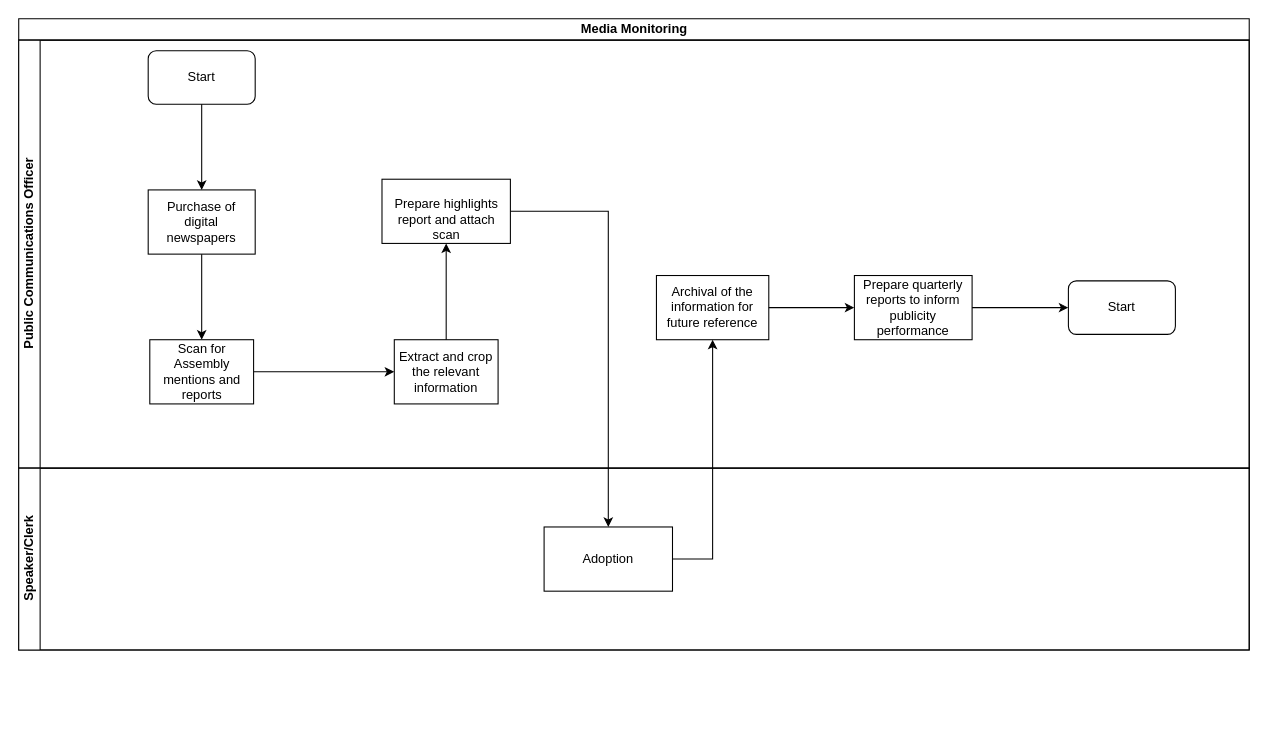
The draw.io diagram Media Monitoring - Machakos CA.drawio in kmagua/flowcharts, before the edit. Source tidied: cells renumbered, new cells numbered last; positions are measured from the earlier drawing's top-left corner, leaving out a move shared by most shapes. Both pictures are drawn from the tidied source at 107%, with x=0, y=0 at pixel (18, 18).
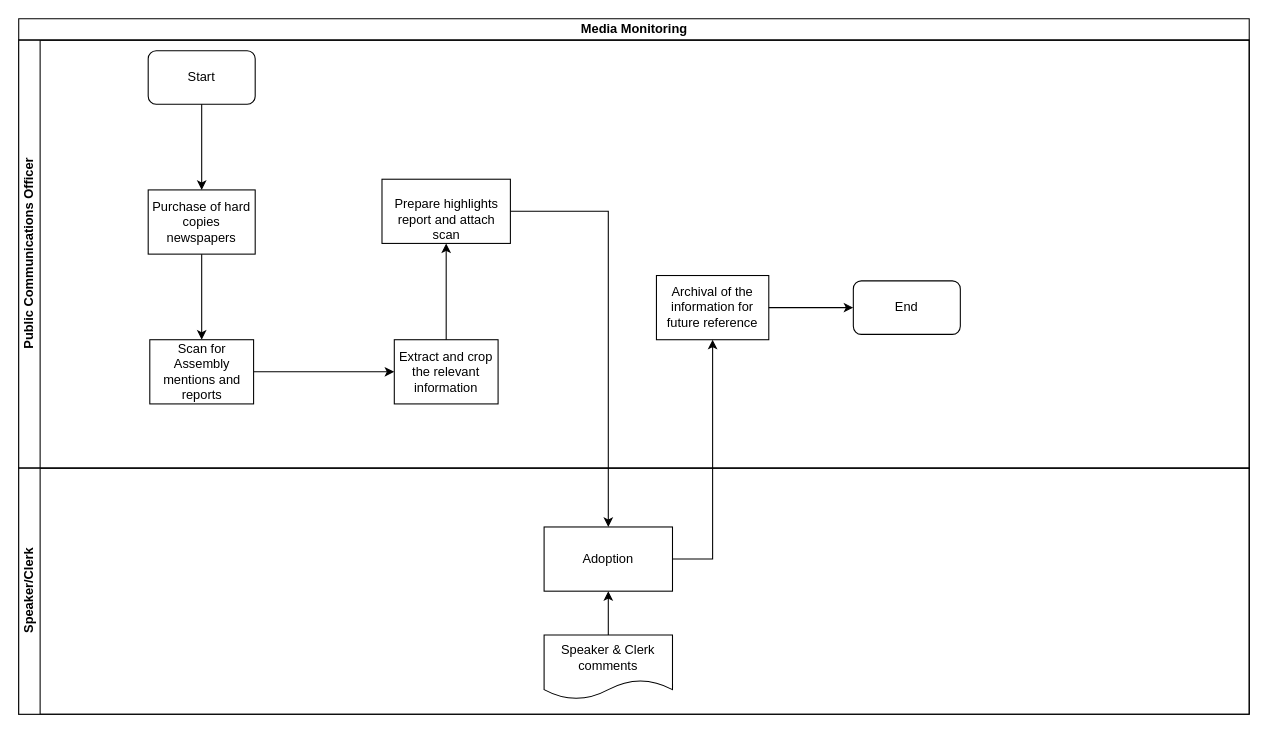
After the change.

The change refers to these unchanged cells:
```xml
<mxCell id="3" value="Public Communications Officer" style="swimlane;html=1;startSize=20;horizontal=0;" parent="2" vertex="1">
  <mxGeometry y="20" width="1150" height="400" as="geometry" />
</mxCell>
<mxCell id="10" value="Archival of the information for future reference" style="whiteSpace=wrap;html=1;rounded=0;" parent="3" vertex="1">
  <mxGeometry x="596" y="220" width="105" height="60" as="geometry" />
</mxCell>
<mxCell id="17" value="Adoption" style="whiteSpace=wrap;html=1;rounded=0;" parent="16" vertex="1">
  <mxGeometry x="491" y="55" width="120" height="60" as="geometry" />
</mxCell>
```

Diff of the diagram source:
```diff
@@
     <mxCell id="2" value="Media Monitoring" style="swimlane;html=1;horizontal=1;startSize=20;" parent="1" vertex="1">
-      <mxGeometry width="1150" height="590" as="geometry" />
+      <mxGeometry width="1150" height="650" as="geometry" />
     </mxCell>
@@
-    <mxCell id="6" value="Purchase of digital newspapers" style="rounded=0;whiteSpace=wrap;html=1;" parent="3" vertex="1">
+    <mxCell id="6" value="Purchase of hard copies newspapers" style="rounded=0;whiteSpace=wrap;html=1;" parent="3" vertex="1">
       <mxGeometry x="121" y="140" width="100" height="60" as="geometry" />
     </mxCell>
@@
+    <mxCell id="21" value="End" style="rounded=1;whiteSpace=wrap;html=1;" parent="3" vertex="1">
+      <mxGeometry x="780" y="225" width="100" height="50" as="geometry" />
+    </mxCell>
@@
-    <mxCell id="11" value="Prepare quarterly reports to inform publicity performance" style="whiteSpace=wrap;html=1;rounded=0;" parent="3" vertex="1">
-      <mxGeometry x="781" y="220" width="110" height="60" as="geometry" />
-    </mxCell>
@@
-    <mxCell id="15" style="edgeStyle=orthogonalEdgeStyle;rounded=0;jettySize=auto;html=1;" parent="3" edge="1" source="10" target="11">
+    <mxCell id="15" style="edgeStyle=orthogonalEdgeStyle;rounded=0;jettySize=auto;html=1;entryX=0;entryY=0.5;entryDx=0;entryDy=0;" parent="3" edge="1" source="10" target="21">
       <mxGeometry relative="1" as="geometry" />
     </mxCell>
     <mxCell id="16" value="Speaker/Clerk" style="swimlane;html=1;startSize=20;horizontal=0;" parent="2" vertex="1">
-      <mxGeometry y="420" width="1150" height="170" as="geometry" />
+      <mxGeometry y="420" width="1150" height="230" as="geometry" />
     </mxCell>
@@
+    <mxCell id="22" value="Speaker &amp;amp; Clerk comments" style="shape=document;whiteSpace=wrap;html=1;boundedLbl=1;" parent="16" vertex="1">
+      <mxGeometry x="491" y="156" width="120" height="60" as="geometry" />
+    </mxCell>
+    <mxCell id="23" style="edgeStyle=orthogonalEdgeStyle;rounded=0;jettySize=auto;html=1;entryX=0.5;entryY=1;entryDx=0;entryDy=0;" parent="16" edge="1" source="22" target="17">
+      <mxGeometry relative="1" as="geometry" />
+    </mxCell>
@@
-    <mxCell id="20" style="edgeStyle=orthogonalEdgeStyle;rounded=0;jettySize=auto;html=1;entryX=0;entryY=0.5;entryDx=0;entryDy=0;" parent="1" edge="1" source="11" target="21">
-      <mxGeometry relative="1" as="geometry" />
-    </mxCell>
-    <mxCell id="21" value="Start" style="rounded=1;whiteSpace=wrap;html=1;" parent="1" vertex="1">
-      <mxGeometry x="981" y="245" width="100" height="50" as="geometry" />
-    </mxCell>
```
